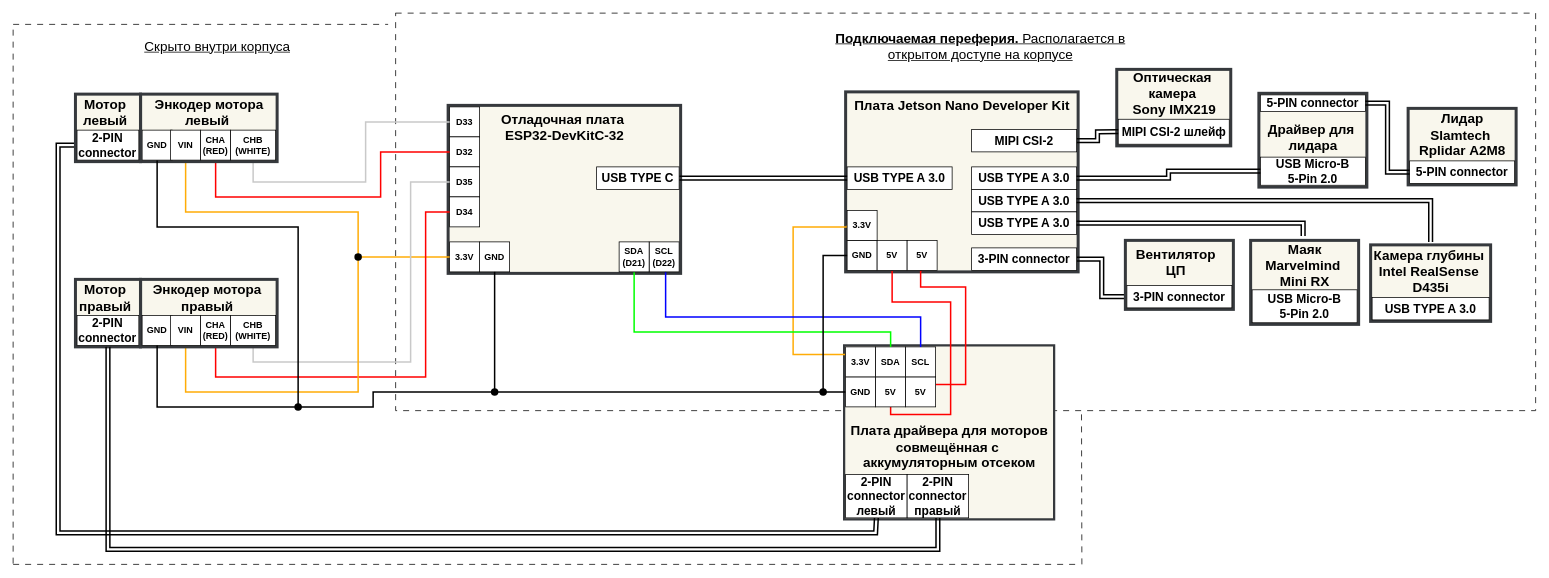
Before: docs/Схемы/Монтажная_схема_jetbot_mirea.drawio in traptron/ZERO-Jetbot, a draw.io diagram. Source tidied: cells renumbered, new cells numbered last; positions are measured from the earlier drawing's top-left corner, leaving out a move shared by most shapes. Both pictures are drawn from the tidied source at 75%, with x=0, y=0 at pixel (13, 13).
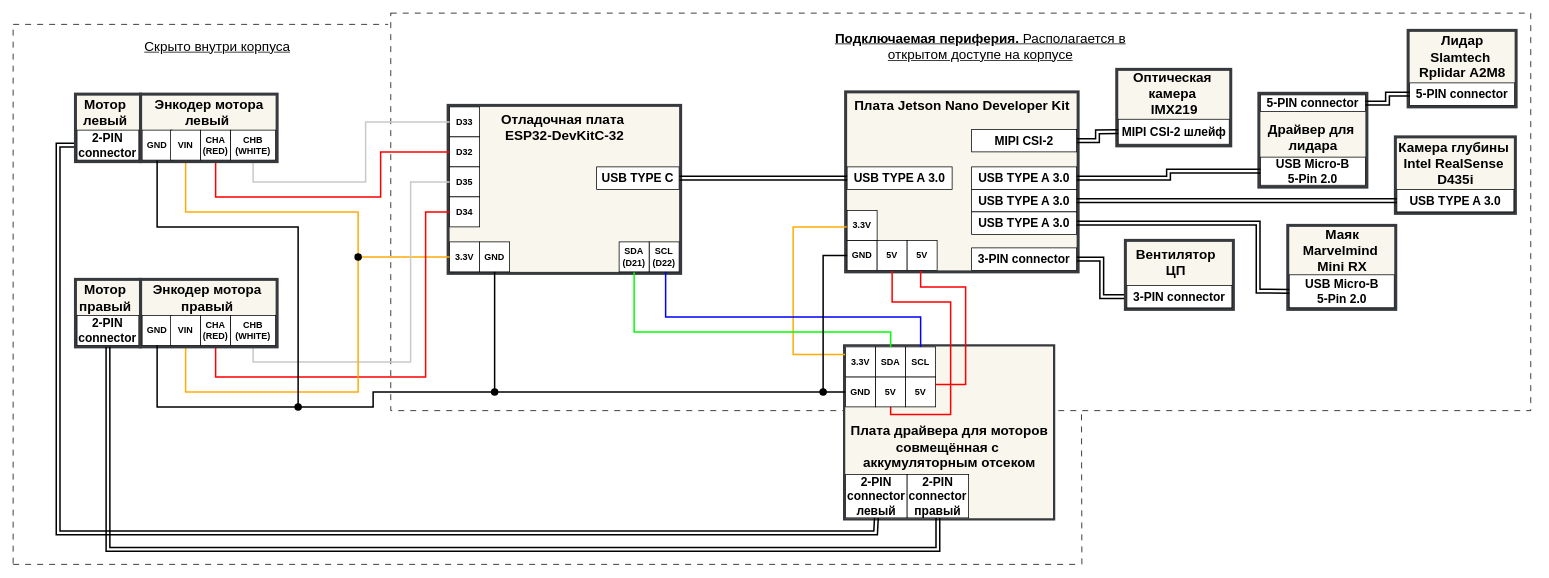
The same page after the edit.

The change refers to these unchanged cells:
```xml
<mxCell id="66" value="&lt;b&gt;&lt;font style=&quot;font-size: 16px;&quot;&gt;USB TYPE A 3.0&lt;/font&gt;&lt;/b&gt;" style="whiteSpace=wrap;html=1;" parent="1" vertex="1">
  <mxGeometry x="1278" y="235" width="140" height="30" as="geometry" />
</mxCell>
<mxCell id="67" value="&lt;b&gt;&lt;font style=&quot;font-size: 16px;&quot;&gt;USB TYPE A 3.0&lt;/font&gt;&lt;/b&gt;" style="whiteSpace=wrap;html=1;" parent="1" vertex="1">
  <mxGeometry x="1278" y="265" width="140" height="30" as="geometry" />
</mxCell>
<mxCell id="94" style="group;" parent="1" vertex="1">
  <mxGeometry x="1471.5" y="75" width="167" height="102" as="geometry" />
</mxCell>
<mxCell id="106" value="&lt;b&gt;&lt;font style=&quot;font-size: 16px;&quot;&gt;USB TYPE A 3.0&lt;/font&gt;&lt;/b&gt;" style="whiteSpace=wrap;html=1;" parent="104" vertex="1">
  <mxGeometry x="12" y="74" width="156" height="30" as="geometry" />
</mxCell>
<mxCell id="107" value="&lt;span style=&quot;font-size: 18px;&quot;&gt;&lt;b&gt;Камера глубины&amp;nbsp;&lt;/b&gt;&lt;/span&gt;&lt;div&gt;&lt;span style=&quot;font-size: 18px;&quot;&gt;&lt;b&gt;Intel RealSense&amp;nbsp;&lt;/b&gt;&lt;/span&gt;&lt;/div&gt;&lt;div&gt;&lt;span style=&quot;font-size: 18px;&quot;&gt;&lt;b&gt;D435i&lt;/b&gt;&lt;/span&gt;&lt;/div&gt;" style="text;html=1;align=center;verticalAlign=middle;points=[];strokeColor=none;fillColor=none;" parent="104" vertex="1">
  <mxGeometry width="180" height="80" as="geometry" />
</mxCell>
```

Diff of the diagram source:
```diff
@@
     <mxCell id="2" style="rounded=0;whiteSpace=wrap;html=1;fillColor=none;dashed=1;dashPattern=8 8;" parent="1" vertex="1">
-      <mxGeometry x="510" width="1520" height="530" as="geometry" />
+      <mxGeometry x="503.5" width="1520" height="530" as="geometry" />
     </mxCell>
@@
-    <mxCell id="85" value="&lt;font style=&quot;font-size: 18px;&quot;&gt;&lt;u&gt;&lt;b&gt;Подключаемая переферия.&lt;/b&gt; Располагается в открытом доступе на корпусе&lt;/u&gt;&lt;/font&gt;" style="text;html=1;align=center;verticalAlign=middle;whiteSpace=wrap;rounded=0;" parent="1" vertex="1">
+    <mxCell id="85" value="&lt;font style=&quot;font-size: 18px;&quot;&gt;&lt;u&gt;&lt;b&gt;Подключаемая периферия.&lt;/b&gt; Располагается в открытом доступе на корпусе&lt;/u&gt;&lt;/font&gt;" style="text;html=1;align=center;verticalAlign=middle;whiteSpace=wrap;rounded=0;" parent="1" vertex="1">
       <mxGeometry x="1090" y="15" width="400" height="60" as="geometry" />
     </mxCell>
@@
-    <mxCell id="96" value="&lt;span style=&quot;font-size: 18px;&quot;&gt;&lt;b&gt;Оптическая&amp;nbsp;&lt;/b&gt;&lt;/span&gt;&lt;div&gt;&lt;b style=&quot;font-size: 18px; background-color: transparent; color: light-dark(rgb(0, 0, 0), rgb(255, 255, 255));&quot;&gt;камера&amp;nbsp;&lt;/b&gt;&lt;div&gt;&lt;span style=&quot;font-size: 18px;&quot;&gt;&lt;b&gt;Sony IMX219&lt;/b&gt;&lt;/span&gt;&lt;/div&gt;&lt;/div&gt;" style="text;html=1;align=center;verticalAlign=middle;strokeColor=none;fillColor=none;" parent="94" vertex="1">
+    <mxCell id="96" value="&lt;span style=&quot;font-size: 18px;&quot;&gt;&lt;b&gt;Оптическая&amp;nbsp;&lt;/b&gt;&lt;/span&gt;&lt;div&gt;&lt;b style=&quot;font-size: 18px; background-color: transparent; color: light-dark(rgb(0, 0, 0), rgb(255, 255, 255));&quot;&gt;камера&amp;nbsp;&lt;/b&gt;&lt;div&gt;&lt;span style=&quot;font-size: 18px;&quot;&gt;&lt;b&gt;IMX219&lt;/b&gt;&lt;/span&gt;&lt;/div&gt;&lt;/div&gt;" style="text;html=1;align=center;verticalAlign=middle;strokeColor=none;fillColor=none;" parent="94" vertex="1">
       <mxGeometry x="11" y="-7" width="130" height="80" as="geometry" />
     </mxCell>
@@
-    <mxCell id="100" style="group;" parent="1" vertex="1">
-      <mxGeometry x="1650" y="303" width="144" height="112" as="geometry" />
-    </mxCell>
-    <mxCell id="101" style="rounded=0;whiteSpace=wrap;html=1;strokeWidth=4;fillColor=#f9f7ed;strokeColor=#36393d;" parent="100" vertex="1">
-      <mxGeometry width="144" height="112" as="geometry" />
-    </mxCell>
-    <mxCell id="102" value="&lt;b&gt;&lt;font style=&quot;font-size: 16px;&quot;&gt;USB Micro-B&lt;/font&gt;&lt;/b&gt;&lt;div&gt;&lt;b&gt;&lt;font style=&quot;font-size: 16px;&quot;&gt;5-Pin 2.0&lt;/font&gt;&lt;/b&gt;&lt;/div&gt;" style="whiteSpace=wrap;html=1;" parent="100" vertex="1">
-      <mxGeometry x="2" y="65.9" width="140" height="43.9" as="geometry" />
-    </mxCell>
-    <mxCell id="103" style="edgeStyle=orthogonalEdgeStyle;rounded=0;jettySize=auto;html=1;entryX=1;entryY=0.5;entryDx=0;entryDy=0;shape=link;strokeWidth=2;" parent="1" edge="1" source="120" target="67">
-      <mxGeometry relative="1" as="geometry">
-        <Array as="points">
-          <mxPoint x="1720" y="280" />
-        </Array>
-      </mxGeometry>
-    </mxCell>
     <mxCell id="104" style="group;" parent="1" vertex="1">
-      <mxGeometry x="1800" y="305" width="180" height="106" as="geometry" />
+      <mxGeometry x="1833" y="161" width="180" height="106" as="geometry" />
     </mxCell>
@@
-    <mxCell id="108" style="edgeStyle=orthogonalEdgeStyle;rounded=0;jettySize=auto;html=1;entryX=1;entryY=0.5;entryDx=0;entryDy=0;shape=link;strokeWidth=2;" parent="1" edge="1" source="107" target="66">
-      <mxGeometry relative="1" as="geometry">
-        <Array as="points">
-          <mxPoint x="1890" y="250" />
-        </Array>
-      </mxGeometry>
-    </mxCell>
     <mxCell id="109" style="group;" parent="1" vertex="1">
-      <mxGeometry x="1860" y="123" width="147" height="106" as="geometry" />
+      <mxGeometry x="1860" y="19" width="147" height="106" as="geometry" />
     </mxCell>
@@
+    <mxCell id="121" style="group;" parent="1" vertex="1">
+      <mxGeometry x="1699.5" y="277" width="144" height="118" as="geometry" />
+    </mxCell>
+    <mxCell id="100" style="group;" parent="121" vertex="1">
+      <mxGeometry y="6" width="144" height="112" as="geometry" />
+    </mxCell>
+    <mxCell id="101" style="rounded=0;whiteSpace=wrap;html=1;strokeWidth=4;fillColor=#f9f7ed;strokeColor=#36393d;" parent="100" vertex="1">
+      <mxGeometry width="144" height="112" as="geometry" />
+    </mxCell>
+    <mxCell id="102" value="&lt;b&gt;&lt;font style=&quot;font-size: 16px;&quot;&gt;USB Micro-B&lt;/font&gt;&lt;/b&gt;&lt;div&gt;&lt;b&gt;&lt;font style=&quot;font-size: 16px;&quot;&gt;5-Pin 2.0&lt;/font&gt;&lt;/b&gt;&lt;/div&gt;" style="whiteSpace=wrap;html=1;" parent="100" vertex="1">
+      <mxGeometry x="2" y="65.9" width="140" height="43.9" as="geometry" />
+    </mxCell>
-    <mxCell id="120" value="&lt;span style=&quot;font-size: 18px;&quot;&gt;&lt;b&gt;Маяк&lt;/b&gt;&lt;/span&gt;&lt;div&gt;&lt;span style=&quot;font-size: 18px;&quot;&gt;&lt;b&gt;Marvelmind&amp;nbsp;&lt;/b&gt;&lt;/span&gt;&lt;/div&gt;&lt;div&gt;&lt;span style=&quot;font-size: 18px;&quot;&gt;&lt;b&gt;Mini&amp;nbsp;&lt;/b&gt;&lt;/span&gt;&lt;b style=&quot;font-size: 18px; background-color: transparent; color: light-dark(rgb(0, 0, 0), rgb(255, 255, 255));&quot;&gt;RX&lt;/b&gt;&lt;/div&gt;" style="text;html=1;align=center;verticalAlign=middle;points=[];strokeColor=none;fillColor=none;" parent="1" vertex="1">
-      <mxGeometry x="1657" y="297" width="130" height="80" as="geometry" />
+    <mxCell id="120" value="&lt;span style=&quot;font-size: 18px;&quot;&gt;&lt;b&gt;Маяк&lt;/b&gt;&lt;/span&gt;&lt;div&gt;&lt;span style=&quot;font-size: 18px;&quot;&gt;&lt;b&gt;Marvelmind&amp;nbsp;&lt;/b&gt;&lt;/span&gt;&lt;/div&gt;&lt;div&gt;&lt;span style=&quot;font-size: 18px;&quot;&gt;&lt;b&gt;Mini&amp;nbsp;&lt;/b&gt;&lt;/span&gt;&lt;b style=&quot;font-size: 18px; background-color: transparent; color: light-dark(rgb(0, 0, 0), rgb(255, 255, 255));&quot;&gt;RX&lt;/b&gt;&lt;/div&gt;" style="text;html=1;align=center;verticalAlign=middle;points=[];strokeColor=none;fillColor=none;" parent="121" vertex="1">
+      <mxGeometry x="7" width="130" height="80" as="geometry" />
     </mxCell>
+    <mxCell id="122" style="edgeStyle=orthogonalEdgeStyle;rounded=0;jettySize=auto;html=1;entryX=1;entryY=0.5;entryDx=0;entryDy=0;shape=link;strokeWidth=2;exitX=0;exitY=0.5;exitDx=0;exitDy=0;" parent="1" edge="1" source="102" target="67">
+      <mxGeometry relative="1" as="geometry">
+        <Array as="points">
+          <mxPoint x="1660" y="371" />
+          <mxPoint x="1660" y="280" />
+        </Array>
+      </mxGeometry>
+    </mxCell>
+    <mxCell id="123" style="edgeStyle=orthogonalEdgeStyle;rounded=0;jettySize=auto;html=1;entryX=1;entryY=0.5;entryDx=0;entryDy=0;shape=link;strokeWidth=2;" parent="1" edge="1" source="106" target="66">
+      <mxGeometry relative="1" as="geometry" />
+    </mxCell>
```
